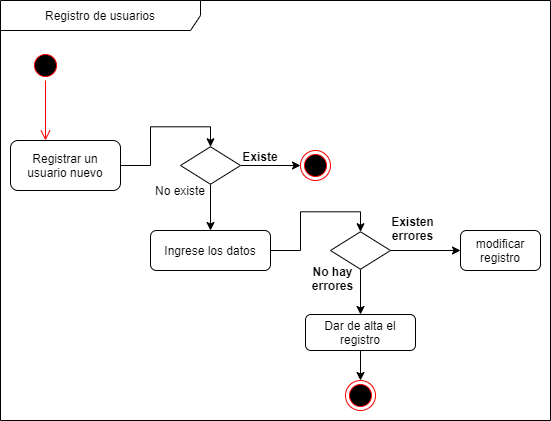
Before: img/diagramas/diagrama_actividades.drawio.png, a diagram exported from draw.io (AlexBamaca/AnalisisB). Source tidied: cells renumbered, new cells last; positions are measured from the earlier drawing's top-left corner, leaving out a move shared by most shapes. Source of this version:
```xml
<mxGraphModel>
  <root>
    <mxCell id="0" />
    <mxCell id="1" parent="0" />
    <mxCell id="2" value="Registro de usuarios" style="shape=umlFrame;whiteSpace=wrap;html=1;width=200;height=30;" parent="1" vertex="1">
      <mxGeometry width="550" height="420" as="geometry" />
    </mxCell>
    <mxCell id="3" style="edgeStyle=orthogonalEdgeStyle;rounded=0;jettySize=auto;html=1;exitX=1;exitY=0.5;exitDx=0;exitDy=0;entryX=0.5;entryY=0;entryDx=0;entryDy=0;" parent="1" edge="1" source="4" target="7">
      <mxGeometry relative="1" as="geometry" />
    </mxCell>
    <mxCell id="4" value="Registrar un usuario nuevo" style="rounded=1;whiteSpace=wrap;html=1;" parent="1" vertex="1">
      <mxGeometry x="10" y="140" width="110" height="50" as="geometry" />
    </mxCell>
    <mxCell id="5" style="edgeStyle=orthogonalEdgeStyle;rounded=0;jettySize=auto;html=1;exitX=1;exitY=0.5;exitDx=0;exitDy=0;" parent="1" edge="1" source="7" target="8">
      <mxGeometry relative="1" as="geometry" />
    </mxCell>
    <mxCell id="6" style="edgeStyle=orthogonalEdgeStyle;rounded=0;jettySize=auto;html=1;exitX=0.5;exitY=1;exitDx=0;exitDy=0;entryX=0.5;entryY=0;entryDx=0;entryDy=0;" parent="1" edge="1" source="7" target="11">
      <mxGeometry relative="1" as="geometry" />
    </mxCell>
    <mxCell id="7" style="rhombus;whiteSpace=wrap;html=1;" parent="1" vertex="1">
      <mxGeometry x="180" y="146.2" width="60" height="37.5" as="geometry" />
    </mxCell>
    <mxCell id="8" style="ellipse;html=1;shape=endState;fillColor=#000000;strokeColor=#ff0000;" parent="1" vertex="1">
      <mxGeometry x="300" y="150" width="30" height="30" as="geometry" />
    </mxCell>
    <mxCell id="9" value="Existe" style="text;align=center;fontStyle=1;verticalAlign=middle;spacingLeft=3;spacingRight=3;strokeColor=none;" parent="1" vertex="1">
      <mxGeometry x="230" y="146.2" width="60" height="20" as="geometry" />
    </mxCell>
    <mxCell id="10" style="edgeStyle=orthogonalEdgeStyle;rounded=0;jettySize=auto;html=1;exitX=1;exitY=0.5;exitDx=0;exitDy=0;entryX=0.5;entryY=0;entryDx=0;entryDy=0;" parent="1" edge="1" source="11" target="15">
      <mxGeometry relative="1" as="geometry" />
    </mxCell>
    <mxCell id="11" value="Ingrese los datos" style="rounded=1;whiteSpace=wrap;html=1;" parent="1" vertex="1">
      <mxGeometry x="150" y="230" width="120" height="40" as="geometry" />
    </mxCell>
    <mxCell id="12" value="No existe" style="text;html=1;strokeColor=none;fillColor=none;align=center;verticalAlign=middle;whiteSpace=wrap;rounded=0;" parent="1" vertex="1">
      <mxGeometry x="150" y="180" width="60" height="20" as="geometry" />
    </mxCell>
    <mxCell id="13" style="edgeStyle=orthogonalEdgeStyle;rounded=0;jettySize=auto;html=1;exitX=1;exitY=0.5;exitDx=0;exitDy=0;entryX=0;entryY=0.5;entryDx=0;entryDy=0;" parent="1" edge="1" source="15" target="17">
      <mxGeometry relative="1" as="geometry" />
    </mxCell>
    <mxCell id="14" style="edgeStyle=orthogonalEdgeStyle;rounded=0;jettySize=auto;html=1;exitX=0.5;exitY=1;exitDx=0;exitDy=0;entryX=0.5;entryY=0;entryDx=0;entryDy=0;" parent="1" edge="1" source="15" target="21">
      <mxGeometry relative="1" as="geometry" />
    </mxCell>
    <mxCell id="15" style="rhombus;whiteSpace=wrap;html=1;" parent="1" vertex="1">
      <mxGeometry x="330" y="231.2" width="60" height="37.5" as="geometry" />
    </mxCell>
    <mxCell id="16" style="edgeStyle=orthogonalEdgeStyle;rounded=0;jettySize=auto;html=1;exitX=0.5;exitY=1;exitDx=0;exitDy=0;" parent="1" edge="1" source="21" target="18">
      <mxGeometry relative="1" as="geometry" />
    </mxCell>
    <mxCell id="17" value="modificar registro" style="rounded=1;whiteSpace=wrap;html=1;" parent="1" vertex="1">
      <mxGeometry x="460" y="230" width="80" height="40" as="geometry" />
    </mxCell>
    <mxCell id="18" style="ellipse;html=1;shape=endState;fillColor=#000000;strokeColor=#ff0000;" parent="1" vertex="1">
      <mxGeometry x="345" y="380" width="30" height="30" as="geometry" />
    </mxCell>
    <mxCell id="19" style="ellipse;html=1;shape=startState;fillColor=#000000;strokeColor=#ff0000;" parent="1" vertex="1">
      <mxGeometry x="30" y="50" width="30" height="30" as="geometry" />
    </mxCell>
    <mxCell id="20" style="edgeStyle=orthogonalEdgeStyle;html=1;verticalAlign=bottom;endArrow=open;endSize=8;strokeColor=#ff0000;" parent="1" edge="1" source="19">
      <mxGeometry relative="1" as="geometry">
        <mxPoint x="45" y="140" as="targetPoint" />
      </mxGeometry>
    </mxCell>
    <mxCell id="21" value="Dar de alta el registro" style="rounded=1;whiteSpace=wrap;html=1;" parent="1" vertex="1">
      <mxGeometry x="305" y="314" width="110" height="36" as="geometry" />
    </mxCell>
    <mxCell id="22" value="Existen&#10;errores" style="text;align=center;fontStyle=1;verticalAlign=middle;spacingLeft=3;spacingRight=3;strokeColor=none;" parent="1" vertex="1">
      <mxGeometry x="390" y="220" width="45" height="16" as="geometry" />
    </mxCell>
    <mxCell id="23" value="No hay&#10;errores" style="text;align=center;fontStyle=1;verticalAlign=middle;spacingLeft=3;spacingRight=3;strokeColor=none;" parent="1" vertex="1">
      <mxGeometry x="310" y="270" width="45" height="16" as="geometry" />
    </mxCell>
  </root>
</mxGraphModel>
```
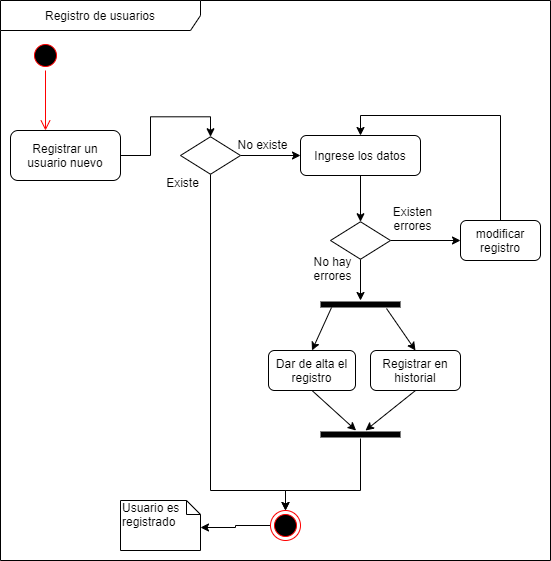
After the change.

Commit message:
modif extra

The edit, as a diff of the source:
```diff
@@ -3,7 +3,7 @@
     <mxCell id="0" />
     <mxCell id="1" parent="0" />
     <mxCell id="2" value="Registro de usuarios" style="shape=umlFrame;whiteSpace=wrap;html=1;width=200;height=30;" parent="1" vertex="1">
-      <mxGeometry width="550" height="420" as="geometry" />
+      <mxGeometry y="10" width="550" height="560" as="geometry" />
     </mxCell>
     <mxCell id="3" style="edgeStyle=orthogonalEdgeStyle;rounded=0;jettySize=auto;html=1;exitX=1;exitY=0.5;exitDx=0;exitDy=0;entryX=0.5;entryY=0;entryDx=0;entryDy=0;" parent="1" edge="1" source="4" target="7">
       <mxGeometry relative="1" as="geometry" />
@@ -11,47 +11,48 @@
     <mxCell id="4" value="Registrar un usuario nuevo" style="rounded=1;whiteSpace=wrap;html=1;" parent="1" vertex="1">
       <mxGeometry x="10" y="140" width="110" height="50" as="geometry" />
     </mxCell>
-    <mxCell id="5" style="edgeStyle=orthogonalEdgeStyle;rounded=0;jettySize=auto;html=1;exitX=1;exitY=0.5;exitDx=0;exitDy=0;" parent="1" edge="1" source="7" target="8">
-      <mxGeometry relative="1" as="geometry" />
-    </mxCell>
-    <mxCell id="6" style="edgeStyle=orthogonalEdgeStyle;rounded=0;jettySize=auto;html=1;exitX=0.5;exitY=1;exitDx=0;exitDy=0;entryX=0.5;entryY=0;entryDx=0;entryDy=0;" parent="1" edge="1" source="7" target="11">
+    <mxCell id="6" style="edgeStyle=orthogonalEdgeStyle;rounded=0;jettySize=auto;html=1;exitX=1;exitY=0.5;exitDx=0;exitDy=0;entryX=0;entryY=0.5;entryDx=0;entryDy=0;" parent="1" edge="1" source="7" target="11">
       <mxGeometry relative="1" as="geometry" />
     </mxCell>
+    <mxCell id="24" style="edgeStyle=orthogonalEdgeStyle;rounded=0;jettySize=auto;html=1;exitX=0.5;exitY=1;exitDx=0;exitDy=0;entryX=0.5;entryY=0;entryDx=0;entryDy=0;" parent="1" edge="1" source="7" target="18">
+      <mxGeometry relative="1" as="geometry">
+        <Array as="points">
+          <mxPoint x="210" y="500" />
+          <mxPoint x="285" y="500" />
+        </Array>
+      </mxGeometry>
+    </mxCell>
     <mxCell id="7" style="rhombus;whiteSpace=wrap;html=1;" parent="1" vertex="1">
       <mxGeometry x="180" y="146.2" width="60" height="37.5" as="geometry" />
     </mxCell>
-    <mxCell id="8" style="ellipse;html=1;shape=endState;fillColor=#000000;strokeColor=#ff0000;" parent="1" vertex="1">
-      <mxGeometry x="300" y="150" width="30" height="30" as="geometry" />
-    </mxCell>
-    <mxCell id="9" value="Existe" style="text;align=center;fontStyle=1;verticalAlign=middle;spacingLeft=3;spacingRight=3;strokeColor=none;" parent="1" vertex="1">
-      <mxGeometry x="230" y="146.2" width="60" height="20" as="geometry" />
-    </mxCell>
-    <mxCell id="10" style="edgeStyle=orthogonalEdgeStyle;rounded=0;jettySize=auto;html=1;exitX=1;exitY=0.5;exitDx=0;exitDy=0;entryX=0.5;entryY=0;entryDx=0;entryDy=0;" parent="1" edge="1" source="11" target="15">
+    <mxCell id="10" style="edgeStyle=orthogonalEdgeStyle;rounded=0;jettySize=auto;html=1;exitX=0.5;exitY=1;exitDx=0;exitDy=0;entryX=0.5;entryY=0;entryDx=0;entryDy=0;" parent="1" edge="1" source="11" target="15">
       <mxGeometry relative="1" as="geometry" />
     </mxCell>
     <mxCell id="11" value="Ingrese los datos" style="rounded=1;whiteSpace=wrap;html=1;" parent="1" vertex="1">
-      <mxGeometry x="150" y="230" width="120" height="40" as="geometry" />
+      <mxGeometry x="300" y="145" width="120" height="40" as="geometry" />
     </mxCell>
-    <mxCell id="12" value="No existe" style="text;html=1;strokeColor=none;fillColor=none;align=center;verticalAlign=middle;whiteSpace=wrap;rounded=0;" parent="1" vertex="1">
-      <mxGeometry x="150" y="180" width="60" height="20" as="geometry" />
-    </mxCell>
     <mxCell id="13" style="edgeStyle=orthogonalEdgeStyle;rounded=0;jettySize=auto;html=1;exitX=1;exitY=0.5;exitDx=0;exitDy=0;entryX=0;entryY=0.5;entryDx=0;entryDy=0;" parent="1" edge="1" source="15" target="17">
       <mxGeometry relative="1" as="geometry" />
     </mxCell>
-    <mxCell id="14" style="edgeStyle=orthogonalEdgeStyle;rounded=0;jettySize=auto;html=1;exitX=0.5;exitY=1;exitDx=0;exitDy=0;entryX=0.5;entryY=0;entryDx=0;entryDy=0;" parent="1" edge="1" source="15" target="21">
-      <mxGeometry relative="1" as="geometry" />
+    <mxCell id="14" style="edgeStyle=orthogonalEdgeStyle;rounded=0;jettySize=auto;html=1;exitX=0.5;exitY=1;exitDx=0;exitDy=0;" parent="1" edge="1" source="15">
+      <mxGeometry relative="1" as="geometry">
+        <mxPoint x="360" y="310" as="targetPoint" />
+      </mxGeometry>
     </mxCell>
     <mxCell id="15" style="rhombus;whiteSpace=wrap;html=1;" parent="1" vertex="1">
       <mxGeometry x="330" y="231.2" width="60" height="37.5" as="geometry" />
     </mxCell>
-    <mxCell id="16" style="edgeStyle=orthogonalEdgeStyle;rounded=0;jettySize=auto;html=1;exitX=0.5;exitY=1;exitDx=0;exitDy=0;" parent="1" edge="1" source="21" target="18">
-      <mxGeometry relative="1" as="geometry" />
-    </mxCell>
+    <mxCell id="25" style="edgeStyle=orthogonalEdgeStyle;rounded=0;jettySize=auto;html=1;exitX=0.5;exitY=0;exitDx=0;exitDy=0;entryX=0.5;entryY=0;entryDx=0;entryDy=0;" parent="1" edge="1" source="17" target="11">
+      <mxGeometry relative="1" as="geometry" />
+    </mxCell>
     <mxCell id="17" value="modificar registro" style="rounded=1;whiteSpace=wrap;html=1;" parent="1" vertex="1">
       <mxGeometry x="460" y="230" width="80" height="40" as="geometry" />
     </mxCell>
+    <mxCell id="26" style="edgeStyle=orthogonalEdgeStyle;rounded=0;jettySize=auto;html=1;exitX=0;exitY=0.5;exitDx=0;exitDy=0;entryX=0;entryY=0;entryDx=80;entryDy=27;entryPerimeter=0;" parent="1" edge="1" source="18" target="27">
+      <mxGeometry relative="1" as="geometry" />
+    </mxCell>
     <mxCell id="18" style="ellipse;html=1;shape=endState;fillColor=#000000;strokeColor=#ff0000;" parent="1" vertex="1">
-      <mxGeometry x="345" y="380" width="30" height="30" as="geometry" />
+      <mxGeometry x="270" y="520" width="30" height="30" as="geometry" />
     </mxCell>
     <mxCell id="19" style="ellipse;html=1;shape=startState;fillColor=#000000;strokeColor=#ff0000;" parent="1" vertex="1">
       <mxGeometry x="30" y="50" width="30" height="30" as="geometry" />
@@ -61,14 +62,52 @@
         <mxPoint x="45" y="140" as="targetPoint" />
       </mxGeometry>
     </mxCell>
-    <mxCell id="21" value="Dar de alta el registro" style="rounded=1;whiteSpace=wrap;html=1;" parent="1" vertex="1">
-      <mxGeometry x="305" y="314" width="110" height="36" as="geometry" />
-    </mxCell>
-    <mxCell id="22" value="Existen&#10;errores" style="text;align=center;fontStyle=1;verticalAlign=middle;spacingLeft=3;spacingRight=3;strokeColor=none;" parent="1" vertex="1">
+    <mxCell id="22" value="Existen&#10;errores" style="text;align=center;fontStyle=0;verticalAlign=middle;spacingLeft=3;spacingRight=3;strokeColor=none;" parent="1" vertex="1">
       <mxGeometry x="390" y="220" width="45" height="16" as="geometry" />
     </mxCell>
-    <mxCell id="23" value="No hay&#10;errores" style="text;align=center;fontStyle=1;verticalAlign=middle;spacingLeft=3;spacingRight=3;strokeColor=none;" parent="1" vertex="1">
+    <mxCell id="23" value="No hay&#10;errores" style="text;align=center;fontStyle=0;verticalAlign=middle;spacingLeft=3;spacingRight=3;strokeColor=none;" parent="1" vertex="1">
       <mxGeometry x="310" y="270" width="45" height="16" as="geometry" />
     </mxCell>
+    <mxCell id="12" value="No existe" style="text;align=center;fontStyle=0;verticalAlign=middle;spacingLeft=3;spacingRight=3;strokeColor=none;" parent="1" vertex="1">
+      <mxGeometry x="240" y="146.2" width="45" height="16" as="geometry" />
+    </mxCell>
+    <mxCell id="9" value="Existe" style="text;align=center;fontStyle=0;verticalAlign=middle;spacingLeft=3;spacingRight=3;strokeColor=none;" parent="1" vertex="1">
+      <mxGeometry x="160" y="183.8" width="45" height="16" as="geometry" />
+    </mxCell>
+    <mxCell id="27" value="Usuario es registrado" style="shape=note;whiteSpace=wrap;html=1;size=14;verticalAlign=top;align=left;spacingTop=-6;" parent="1" vertex="1">
+      <mxGeometry x="120" y="510" width="80" height="50" as="geometry" />
+    </mxCell>
+    <mxCell id="28" style="line;strokeWidth=6;fillColor=none;align=left;verticalAlign=middle;spacingTop=-1;spacingLeft=3;spacingRight=3;labelPosition=right;points=[];portConstraint=eastwest;" parent="1" vertex="1">
+      <mxGeometry x="320" y="310" width="80" height="8" as="geometry" />
+    </mxCell>
+    <mxCell id="21" value="Dar de alta el registro" style="rounded=1;whiteSpace=wrap;html=1;strokeWidth=1;" parent="1" vertex="1">
+      <mxGeometry x="268" y="360" width="87" height="40" as="geometry" />
+    </mxCell>
+    <mxCell id="29" value="Registrar en historial" style="rounded=1;whiteSpace=wrap;html=1;strokeWidth=1;" parent="1" vertex="1">
+      <mxGeometry x="370" y="360" width="90" height="40" as="geometry" />
+    </mxCell>
+    <mxCell id="30" style="endArrow=classic;html=1;exitX=0.138;exitY=0.875;exitDx=0;exitDy=0;exitPerimeter=0;entryX=0.5;entryY=0;entryDx=0;entryDy=0;" parent="1" edge="1" source="28" target="21">
+      <mxGeometry relative="1" as="geometry" />
+    </mxCell>
+    <mxCell id="31" style="endArrow=classic;html=1;exitX=0.825;exitY=1;exitDx=0;exitDy=0;exitPerimeter=0;entryX=0.5;entryY=0;entryDx=0;entryDy=0;" parent="1" edge="1" source="28" target="29">
+      <mxGeometry relative="1" as="geometry" />
+    </mxCell>
+    <mxCell id="32" style="line;strokeWidth=6;fillColor=none;align=left;verticalAlign=middle;spacingTop=-1;spacingLeft=3;spacingRight=3;labelPosition=right;points=[];portConstraint=eastwest;" parent="1" vertex="1">
+      <mxGeometry x="320" y="440" width="80" height="8" as="geometry" />
+    </mxCell>
+    <mxCell id="33" style="endArrow=classic;html=1;exitX=0.5;exitY=1;exitDx=0;exitDy=0;" parent="1" edge="1" source="21" target="32">
+      <mxGeometry relative="1" as="geometry" />
+    </mxCell>
+    <mxCell id="34" style="endArrow=classic;html=1;exitX=0.5;exitY=1;exitDx=0;exitDy=0;" parent="1" edge="1" source="29" target="32">
+      <mxGeometry relative="1" as="geometry" />
+    </mxCell>
+    <mxCell id="35" style="edgeStyle=orthogonalEdgeStyle;rounded=0;jettySize=auto;html=1;entryX=0.5;entryY=0;entryDx=0;entryDy=0;" parent="1" edge="1" source="32" target="18">
+      <mxGeometry relative="1" as="geometry">
+        <Array as="points">
+          <mxPoint x="360" y="500" />
+          <mxPoint x="285" y="500" />
+        </Array>
+      </mxGeometry>
+    </mxCell>
   </root>
 </mxGraphModel>
```
